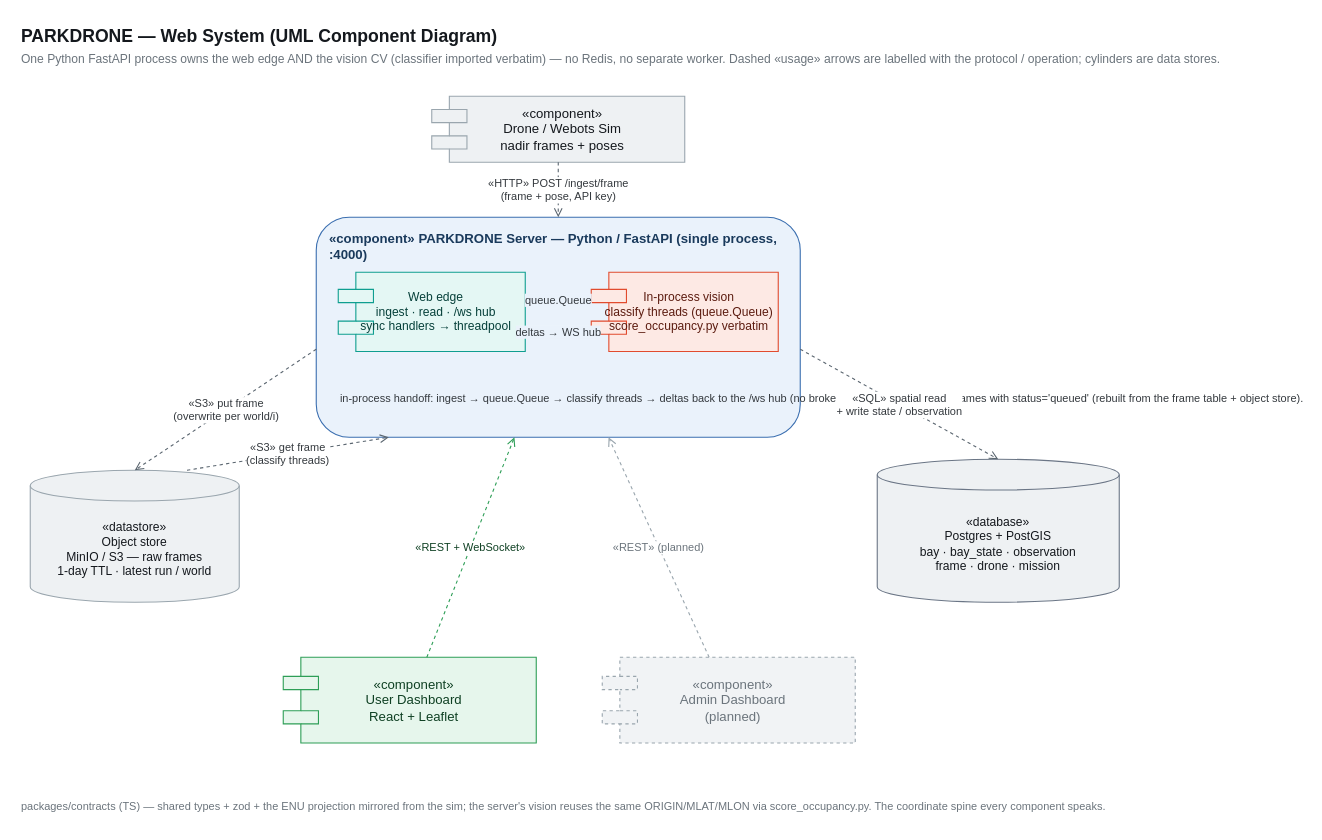
The draw.io diagram web/docs/architecture.drawio in l-pavlova/drone_project, before the edit. Source tidied: cells renumbered, new cells numbered last; positions are measured from the earlier drawing's top-left corner, leaving out a move shared by most shapes. Both pictures are drawn from the tidied source at 110%, with x=0, y=0 at pixel (19, 19).
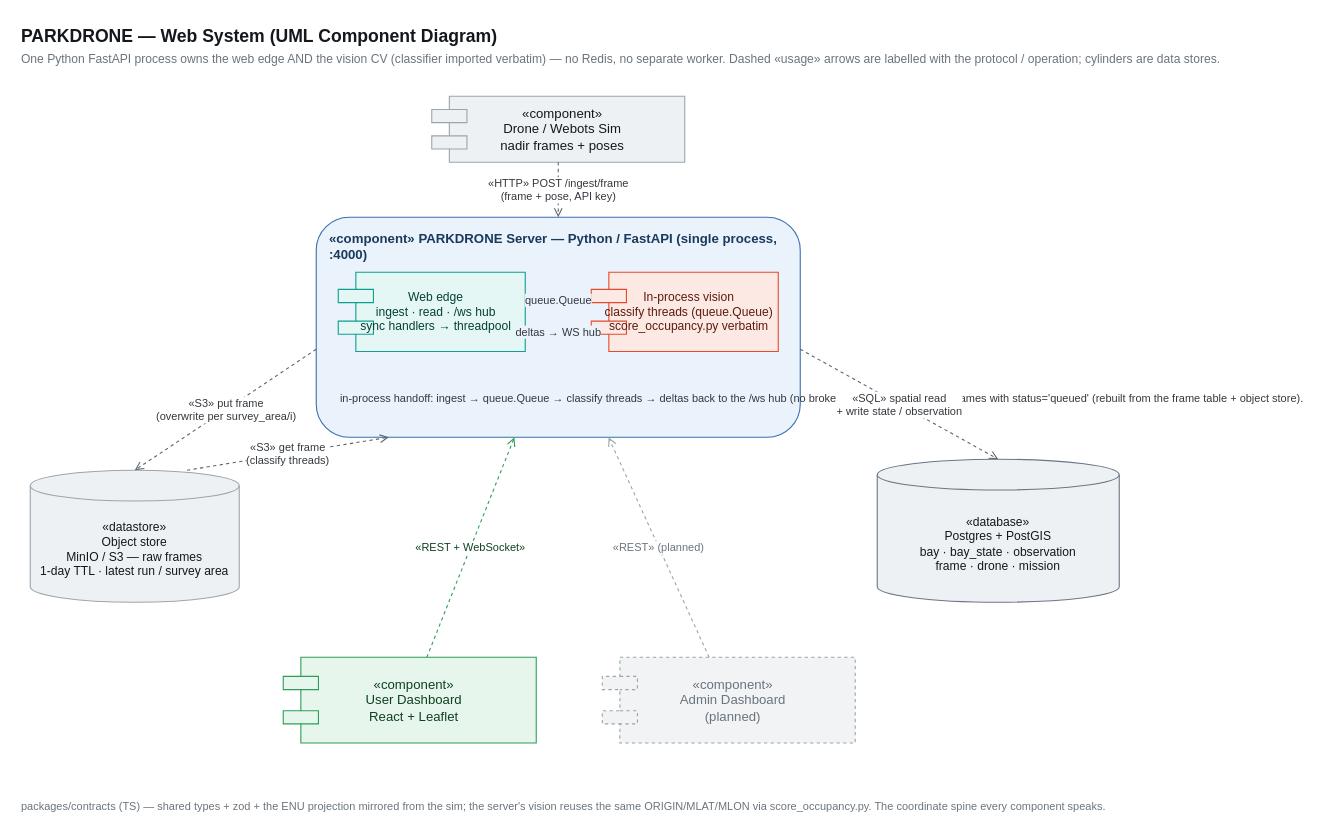
After the change.

Unchanged cells that the change refers to:
```xml
<mxCell id="5" value="«component»  PARKDRONE Server — Python / FastAPI (single process, :4000)" style="rounded=1;html=1;whiteSpace=wrap;align=left;verticalAlign=top;fontSize=12;fontStyle=1;fillColor=#EAF2FB;strokeColor=#3B6FB0;fontColor=#1a3a5c;spacingLeft=10;spacingTop=6;verticalAlign=top;" parent="1" vertex="1">
  <mxGeometry x="270" y="180" width="440" height="200" as="geometry" />
</mxCell>
```

Change to the diagram source:
```diff
@@
-    <mxCell id="11" value="«datastore»&#10;Object store&#10;MinIO / S3 — raw frames&#10;1-day TTL · latest run / world" style="shape=cylinder3;html=1;whiteSpace=wrap;boundedLbl=1;backgroundOutline=1;size=14;fillColor=#EEF1F3;strokeColor=#9AA6AE;fontColor=#14181D;fontSize=11;" parent="1" vertex="1">
+    <mxCell id="11" value="«datastore»&#10;Object store&#10;MinIO / S3 — raw frames&#10;1-day TTL · latest run / survey area" style="shape=cylinder3;html=1;whiteSpace=wrap;boundedLbl=1;backgroundOutline=1;size=14;fillColor=#EEF1F3;strokeColor=#9AA6AE;fontColor=#14181D;fontSize=11;" parent="1" vertex="1">
       <mxGeometry x="10" y="410" width="190" height="120" as="geometry" />
     </mxCell>
@@
-    <mxCell id="16" value="«S3» put frame&#10;(overwrite per world/i)" style="endArrow=open;endFill=0;dashed=1;html=1;fontSize=10;strokeColor=#5b6670;fontColor=#33383d;labelBackgroundColor=#ffffff;exitX=0;exitY=0.6;exitDx=0;exitDy=0;entryX=0.5;entryY=0;entryDx=0;entryDy=0;" parent="1" edge="1" source="5" target="11">
+    <mxCell id="16" value="«S3» put frame&#10;(overwrite per survey_area/i)" style="endArrow=open;endFill=0;dashed=1;html=1;fontSize=10;strokeColor=#5b6670;fontColor=#33383d;labelBackgroundColor=#ffffff;exitX=0;exitY=0.6;exitDx=0;exitDy=0;entryX=0.5;entryY=0;entryDx=0;entryDy=0;" parent="1" edge="1" source="5" target="11">
       <mxGeometry relative="1" as="geometry" />
     </mxCell>
```
